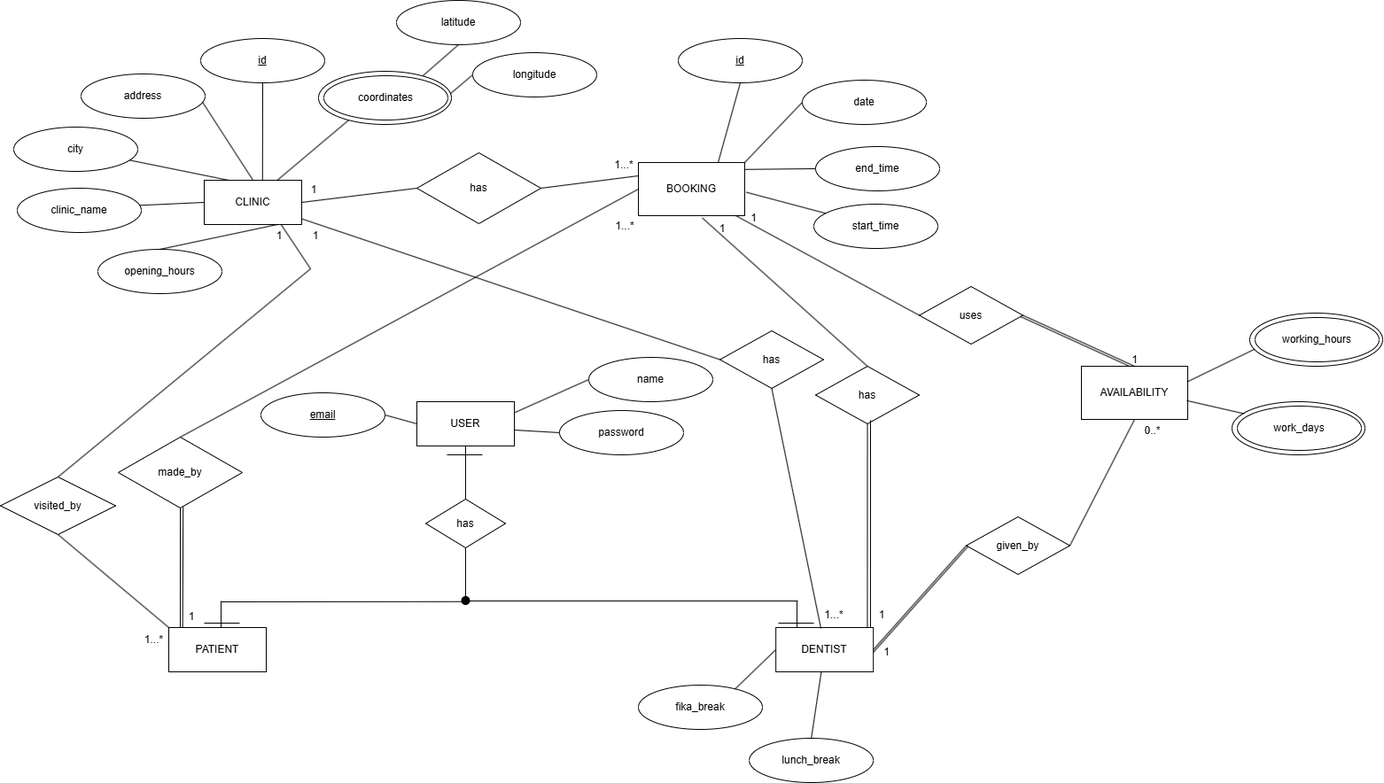
Earlier version of the draw.io export docs/architecture/ER-diagram.png (renney-11/pearl-fix). Source tidied: cells renumbered, new cells last; positions are measured from the earlier drawing's top-left corner, leaving out a move shared by most shapes.
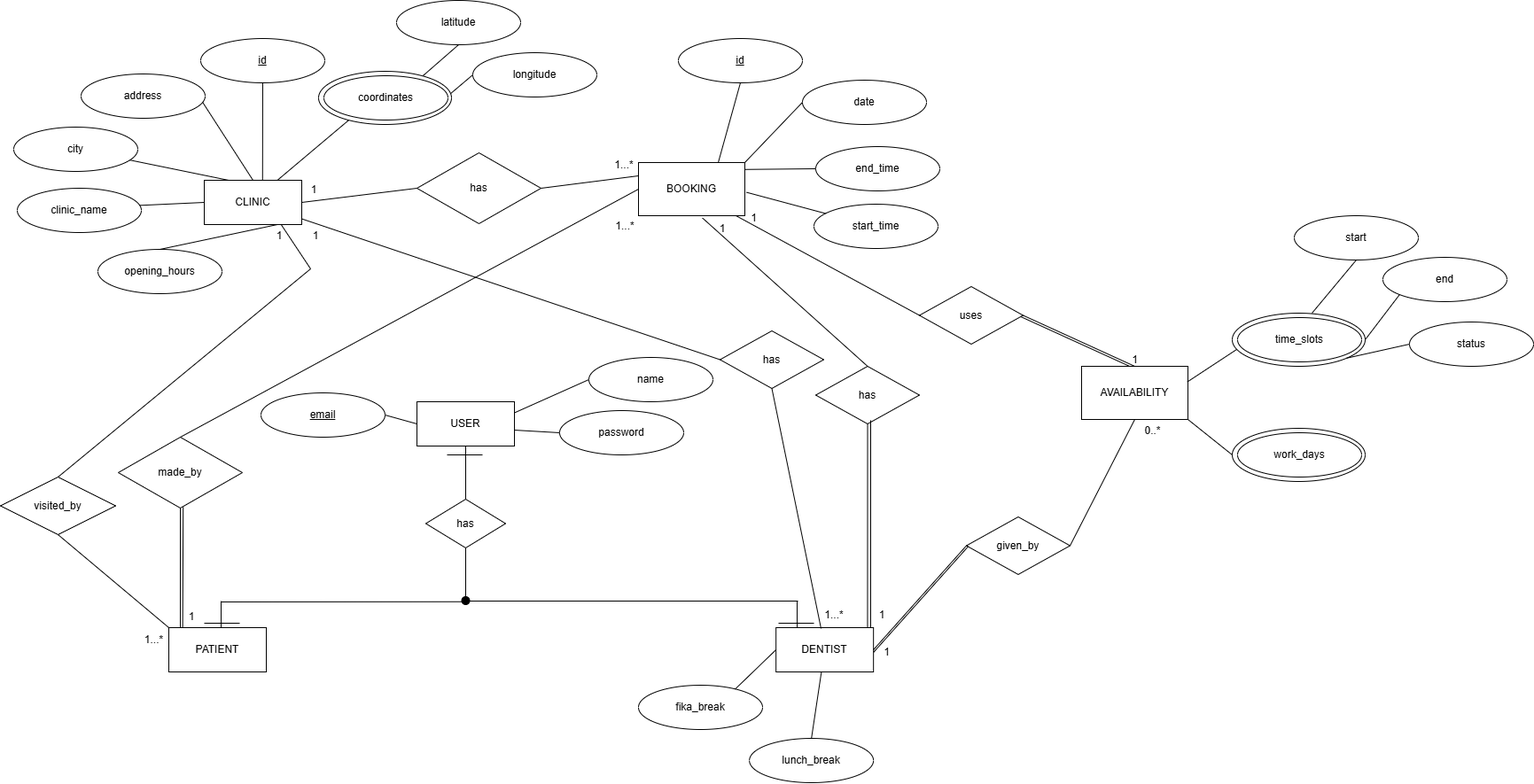
After the change.

The edit, as a diff of the source:
```diff
@@ -105,12 +105,12 @@
       <mxGeometry x="6" y="5" width="140" height="50" as="geometry" />
     </mxCell>
     <mxCell id="36" style="group;" parent="1" vertex="1">
-      <mxGeometry x="1410" y="353" width="150" height="60" as="geometry" />
+      <mxGeometry x="1390" y="353" width="150" height="60" as="geometry" />
     </mxCell>
     <mxCell id="37" style="ellipse;whiteSpace=wrap;html=1;" parent="36" vertex="1">
       <mxGeometry width="150" height="60" as="geometry" />
     </mxCell>
-    <mxCell id="38" value="working_hours" style="ellipse;whiteSpace=wrap;html=1;" parent="36" vertex="1">
+    <mxCell id="38" value="time_slots" style="ellipse;whiteSpace=wrap;html=1;" parent="36" vertex="1">
       <mxGeometry x="6" y="5" width="140" height="50" as="geometry" />
     </mxCell>
     <mxCell id="39" style="endArrow=none;html=1;rounded=0;entryX=0.5;entryY=0;entryDx=0;entryDy=0;" parent="1" edge="1" source="4" target="31">
@@ -288,15 +288,6 @@
     <mxCell id="86" value="AVAILABILITY" style="rounded=0;whiteSpace=wrap;html=1;" parent="1" vertex="1">
       <mxGeometry x="1220" y="413" width="120" height="60" as="geometry" />
     </mxCell>
-    <mxCell id="87" style="group;" parent="1" vertex="1">
-      <mxGeometry x="1390" y="453" width="150" height="60" as="geometry" />
-    </mxCell>
-    <mxCell id="88" style="ellipse;whiteSpace=wrap;html=1;" parent="87" vertex="1">
-      <mxGeometry width="150" height="60" as="geometry" />
-    </mxCell>
-    <mxCell id="89" value="work_days" style="ellipse;whiteSpace=wrap;html=1;" parent="87" vertex="1">
-      <mxGeometry x="6" y="5" width="140" height="50" as="geometry" />
-    </mxCell>
     <mxCell id="90" value="uses" style="rhombus;whiteSpace=wrap;html=1;" parent="1" vertex="1">
       <mxGeometry x="1037" y="323" width="117" height="65" as="geometry" />
     </mxCell>
@@ -323,9 +314,6 @@
     <mxCell id="97" style="endArrow=none;html=1;rounded=0;entryX=0.034;entryY=0.682;entryDx=0;entryDy=0;entryPerimeter=0;exitX=0.994;exitY=0.294;exitDx=0;exitDy=0;exitPerimeter=0;" parent="1" edge="1" source="86" target="37">
       <mxGeometry relative="1" as="geometry" />
     </mxCell>
-    <mxCell id="98" style="endArrow=none;html=1;rounded=0;entryX=0.992;entryY=0.647;entryDx=0;entryDy=0;entryPerimeter=0;exitX=0.092;exitY=0.227;exitDx=0;exitDy=0;exitPerimeter=0;" parent="1" edge="1" source="88" target="86">
-      <mxGeometry relative="1" as="geometry" />
-    </mxCell>
     <mxCell id="99" value="1" style="text;html=1;align=center;verticalAlign=middle;points=[];strokeColor=none;fillColor=none;" parent="1" vertex="1">
       <mxGeometry x="985" y="721" width="30" height="30" as="geometry" />
     </mxCell>
@@ -341,5 +329,37 @@
     <mxCell id="103" style="endArrow=none;html=1;rounded=0;entryX=0.019;entryY=0.51;entryDx=0;entryDy=0;entryPerimeter=0;exitX=0.012;exitY=0.491;exitDx=0;exitDy=0;exitPerimeter=0;" parent="1" edge="1" source="99" target="91">
       <mxGeometry relative="1" as="geometry" />
     </mxCell>
+    <mxCell id="104" value="status" style="ellipse;whiteSpace=wrap;html=1;" parent="1" vertex="1">
+      <mxGeometry x="1590" y="363" width="140" height="50" as="geometry" />
+    </mxCell>
+    <mxCell id="105" style="endArrow=none;html=1;rounded=0;exitX=0.75;exitY=0;exitDx=0;exitDy=0;entryX=0.5;entryY=1;entryDx=0;entryDy=0;" parent="1" edge="1" target="107">
+      <mxGeometry relative="1" as="geometry">
+        <mxPoint x="1480" y="353" as="sourcePoint" />
+      </mxGeometry>
+    </mxCell>
+    <mxCell id="106" value="end" style="ellipse;whiteSpace=wrap;html=1;" parent="1" vertex="1">
+      <mxGeometry x="1560" y="290" width="140" height="50" as="geometry" />
+    </mxCell>
+    <mxCell id="107" value="start" style="ellipse;whiteSpace=wrap;html=1;" parent="1" vertex="1">
+      <mxGeometry x="1460" y="243" width="140" height="50" as="geometry" />
+    </mxCell>
+    <mxCell id="108" style="endArrow=none;html=1;rounded=0;entryX=0;entryY=1;entryDx=0;entryDy=0;exitX=1;exitY=0.5;exitDx=0;exitDy=0;" parent="1" edge="1" source="37" target="106">
+      <mxGeometry relative="1" as="geometry" />
+    </mxCell>
+    <mxCell id="109" style="endArrow=none;html=1;rounded=0;entryX=0;entryY=0.5;entryDx=0;entryDy=0;exitX=1;exitY=1;exitDx=0;exitDy=0;" parent="1" edge="1" source="37" target="104">
+      <mxGeometry relative="1" as="geometry" />
+    </mxCell>
+    <mxCell id="110" style="group;" parent="1" vertex="1">
+      <mxGeometry x="1390" y="483" width="150" height="60" as="geometry" />
+    </mxCell>
+    <mxCell id="88" style="ellipse;whiteSpace=wrap;html=1;" parent="110" vertex="1">
+      <mxGeometry width="150" height="60" as="geometry" />
+    </mxCell>
+    <mxCell id="89" value="work_days" style="ellipse;whiteSpace=wrap;html=1;" parent="110" vertex="1">
+      <mxGeometry x="6" y="5" width="140" height="50" as="geometry" />
+    </mxCell>
+    <mxCell id="98" style="endArrow=none;html=1;rounded=0;entryX=1;entryY=1;entryDx=0;entryDy=0;exitX=0;exitY=0.5;exitDx=0;exitDy=0;" parent="1" edge="1" source="88" target="86">
+      <mxGeometry relative="1" as="geometry" />
+    </mxCell>
   </root>
 </mxGraphModel>
```
